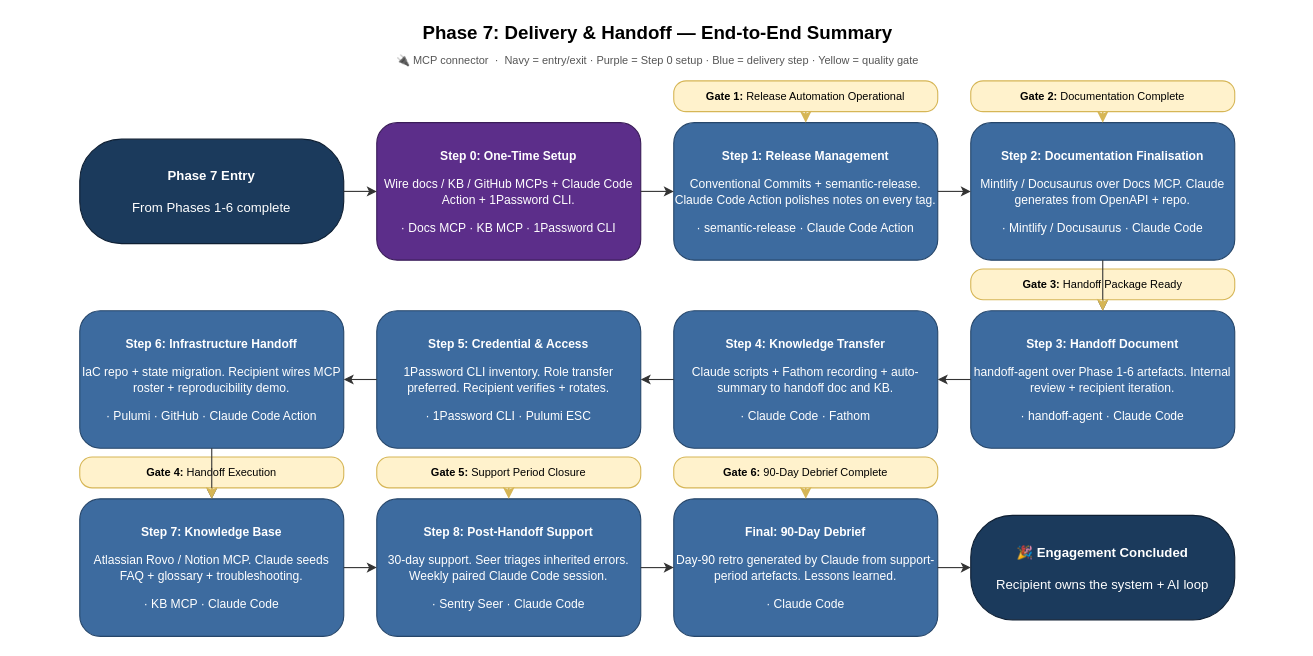
The draw.io diagram aidlc-phases/07-delivery-handoff/FLOWCHART-SUMMARY-horizontal.drawio in kalpat-allion/ai-dlc, before the edit. Source tidied: cells renumbered, new cells numbered last; positions are measured from the earlier drawing's top-left corner, leaving out a move shared by most shapes. Both pictures are drawn from the tidied source at 110%, with x=0, y=0 at pixel (19, 19).
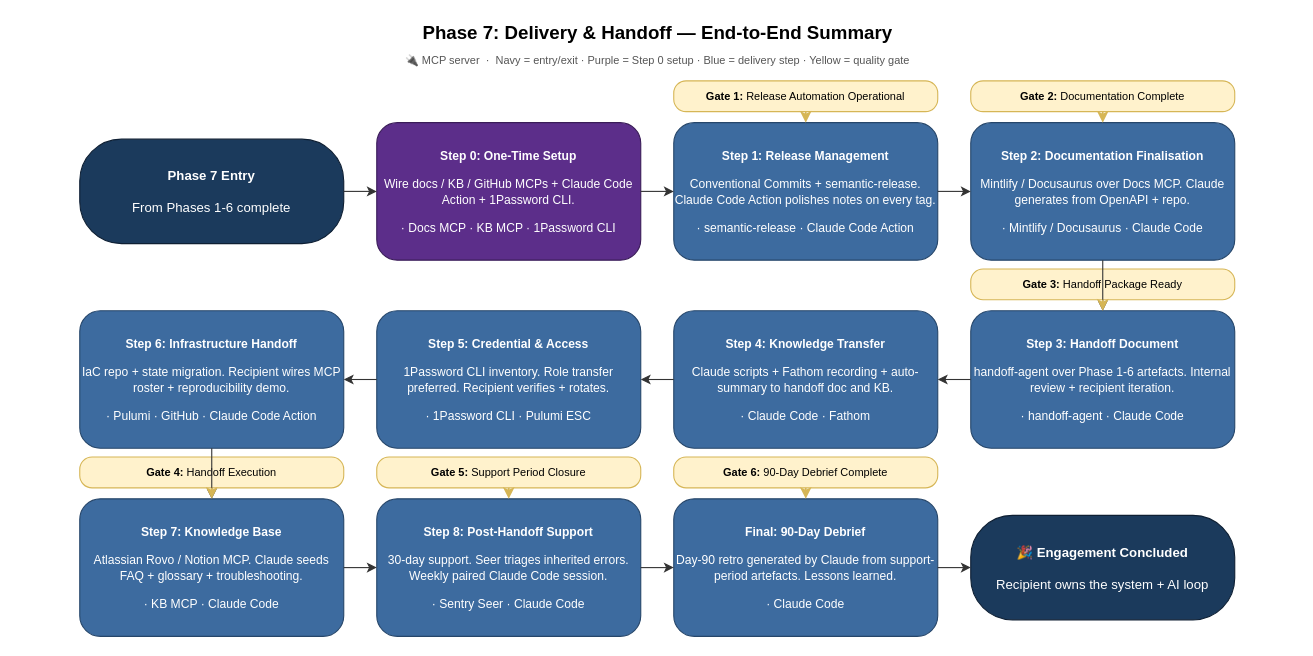
After the change.

What changed in the source:
```diff
@@
-    <mxCell id="3" value="🔌 MCP connector&amp;nbsp;&amp;nbsp;·&amp;nbsp;&amp;nbsp;Navy = entry/exit · Purple = Step 0 setup · Blue = delivery step · Yellow = quality gate" style="text;html=1;align=center;verticalAlign=middle;fontSize=10;fontColor=#555555;" parent="1" vertex="1">
+    <mxCell id="3" value="🔌 MCP server&amp;nbsp;&amp;nbsp;·&amp;nbsp;&amp;nbsp;Navy = entry/exit · Purple = Step 0 setup · Blue = delivery step · Yellow = quality gate" style="text;html=1;align=center;verticalAlign=middle;fontSize=10;fontColor=#555555;" parent="1" vertex="1">
       <mxGeometry y="28" width="1160" height="18" as="geometry" />
     </mxCell>
```
